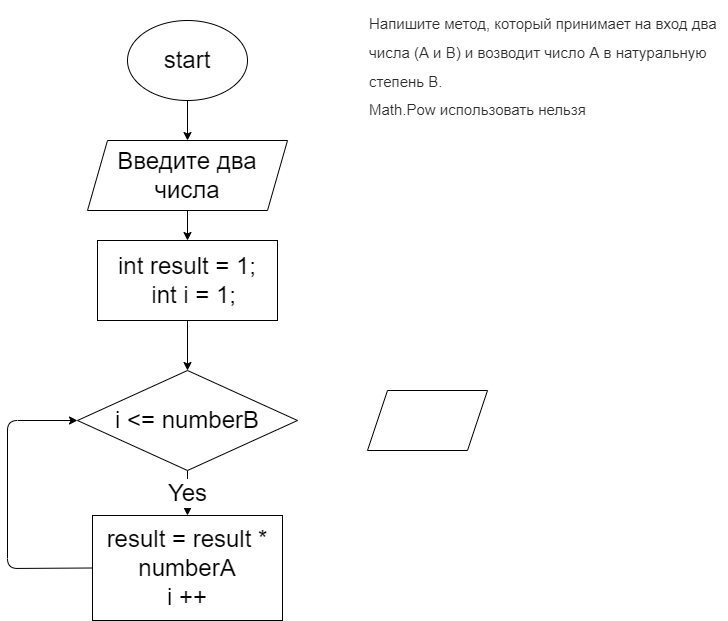
Above: Task401/diagram.drawio.png in DmitriyMorin/HomeWork (draw.io), before the change. Source tidied: cells renumbered, new cells last; positions are measured from the earlier drawing's top-left corner, leaving out a move shared by most shapes.
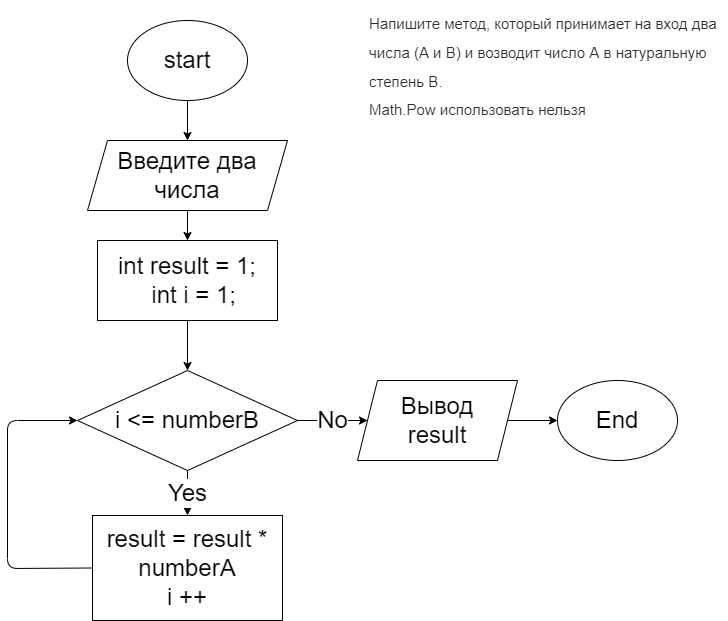
Above is the later version.

The edit, as a diff of the source:
```diff
@@ -26,6 +26,9 @@
     <mxCell id="9" value="Yes" style="edgeStyle=none;html=1;exitX=0.5;exitY=1;exitDx=0;exitDy=0;entryX=0.5;entryY=0;entryDx=0;entryDy=0;fontSize=24;" parent="1" edge="1" source="10" target="12">
       <mxGeometry relative="1" as="geometry" />
     </mxCell>
+    <mxCell id="14" value="No" style="edgeStyle=none;html=1;exitX=1;exitY=0.5;exitDx=0;exitDy=0;entryX=0;entryY=0.5;entryDx=0;entryDy=0;fontSize=24;" parent="1" edge="1" source="10" target="13">
+      <mxGeometry relative="1" as="geometry" />
+    </mxCell>
     <mxCell id="10" value="i &lt;= numberB" style="rhombus;whiteSpace=wrap;html=1;fontSize=24;" parent="1" vertex="1">
       <mxGeometry x="70" y="370" width="220" height="100" as="geometry" />
     </mxCell>
@@ -40,8 +43,14 @@
     <mxCell id="12" value="result = result * numberA&lt;br&gt;i ++" style="rounded=0;whiteSpace=wrap;html=1;fontSize=24;" parent="1" vertex="1">
       <mxGeometry x="85" y="515" width="190" height="105" as="geometry" />
     </mxCell>
+    <mxCell id="15" style="edgeStyle=none;html=1;exitX=1;exitY=0.5;exitDx=0;exitDy=0;entryX=0;entryY=0.5;entryDx=0;entryDy=0;fontSize=24;" parent="1" edge="1" source="13" target="16">
+      <mxGeometry relative="1" as="geometry" />
+    </mxCell>
-    <mxCell id="13" style="shape=parallelogram;perimeter=parallelogramPerimeter;whiteSpace=wrap;html=1;fixedSize=1;fontSize=24;" parent="1" vertex="1">
-      <mxGeometry x="360" y="390" width="120" height="60" as="geometry" />
+    <mxCell id="13" value="Вывод&lt;br&gt;result" style="shape=parallelogram;perimeter=parallelogramPerimeter;whiteSpace=wrap;html=1;fixedSize=1;fontSize=24;" parent="1" vertex="1">
+      <mxGeometry x="350" y="380" width="160" height="80" as="geometry" />
     </mxCell>
+    <mxCell id="16" value="End" style="ellipse;whiteSpace=wrap;html=1;fontSize=24;" parent="1" vertex="1">
+      <mxGeometry x="550" y="380" width="120" height="80" as="geometry" />
+    </mxCell>
   </root>
 </mxGraphModel>
```
